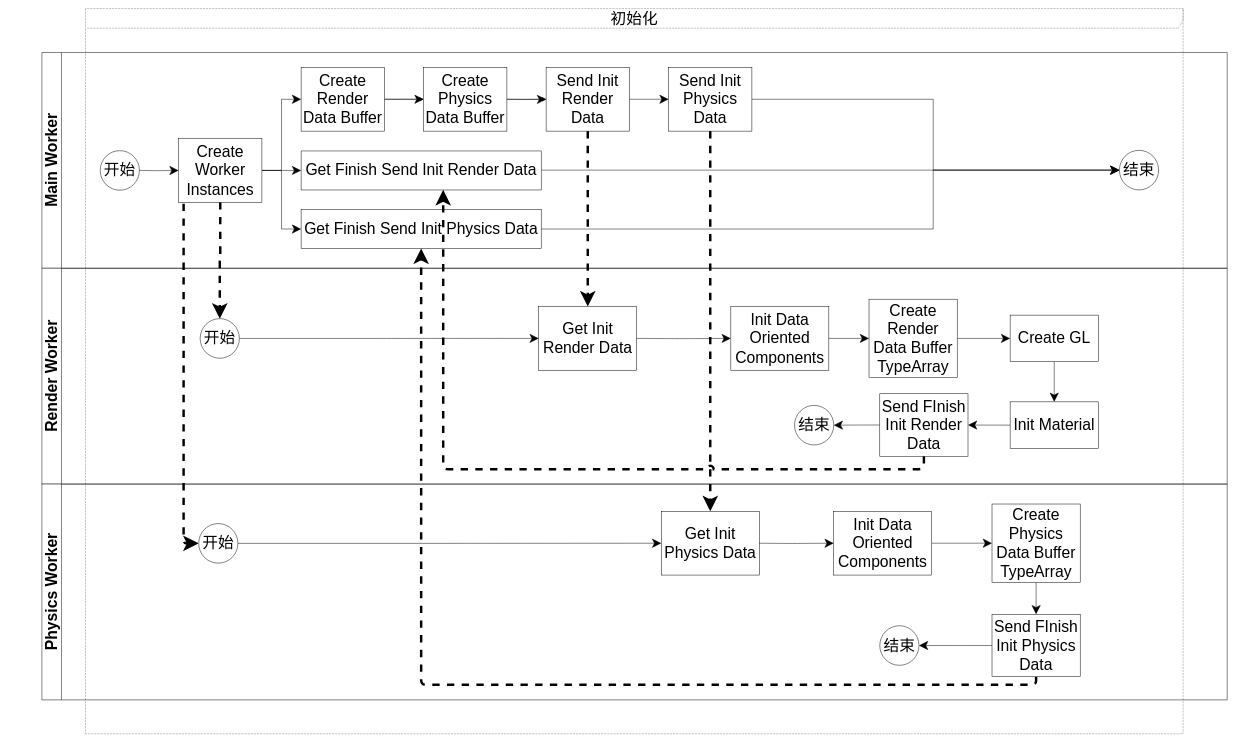
Before: packages/多线程模式/story_improve/初始化流程图.drawio in yyc-git/3DProgramPattern, a draw.io diagram. Source tidied: cells renumbered, new cells numbered last; positions are measured from the earlier drawing's top-left corner, leaving out a move shared by most shapes. Both pictures are drawn from the tidied source at 49%, with x=0, y=0 at pixel (12, 8).
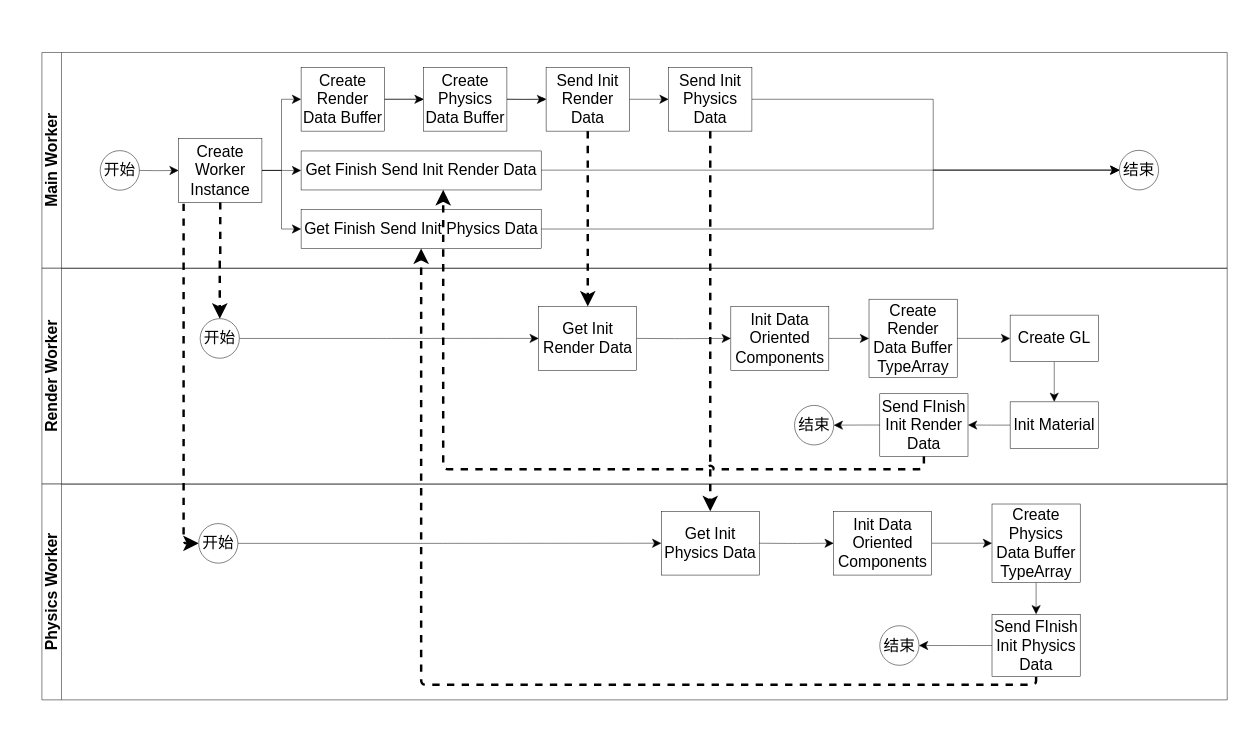
The same page after the edit.

The edit, as a diff of the source:
```diff
@@
-    <mxCell id="2" value="&lt;font style=&quot;font-size: 32px&quot;&gt;初始化&lt;/font&gt;" style="shape=umlFrame;whiteSpace=wrap;html=1;width=2437;height=40;fontSize=22;dashed=1;dashPattern=1 2;" parent="1" vertex="1">
-      <mxGeometry x="150" width="2240" height="1480" as="geometry" />
-    </mxCell>
@@
-    <mxCell id="12" value="Create Worker Instances" style="whiteSpace=wrap;html=1;fontSize=32;" parent="1" vertex="1">
+    <mxCell id="12" value="Create Worker Instance" style="whiteSpace=wrap;html=1;fontSize=32;" parent="1" vertex="1">
       <mxGeometry x="340" y="265.3" width="170" height="130" as="geometry" />
     </mxCell>
```
